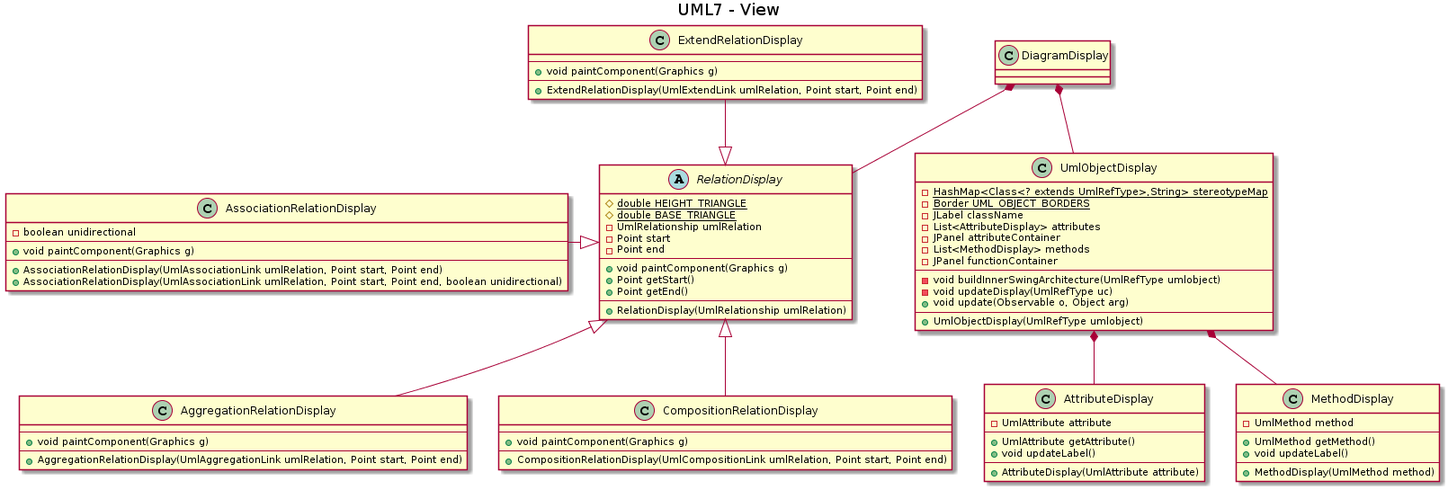
This is doc/UML/view.png from echodeltaFR/UML7, a PlantUML export, as it was before one commit.
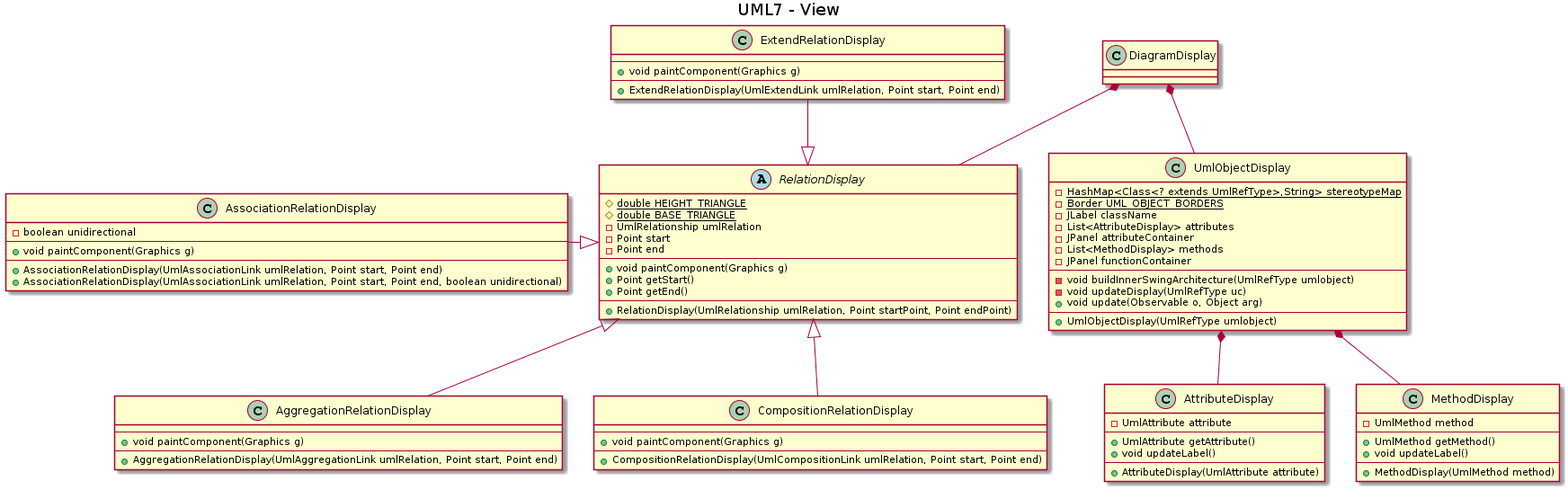
Later version of the same file.

Commit message:
MàJ diagramme vue au format image

The edit, as a diff of the source:
```diff
@@ -12,7 +12,7 @@
     + Point getStart()
     + Point getEnd()
     --
-    + RelationDisplay(UmlRelationship umlRelation)
+    + RelationDisplay(UmlRelationship umlRelation, Point startPoint, Point endPoint)
 }
 
 class AggregationRelationDisplay {
```
